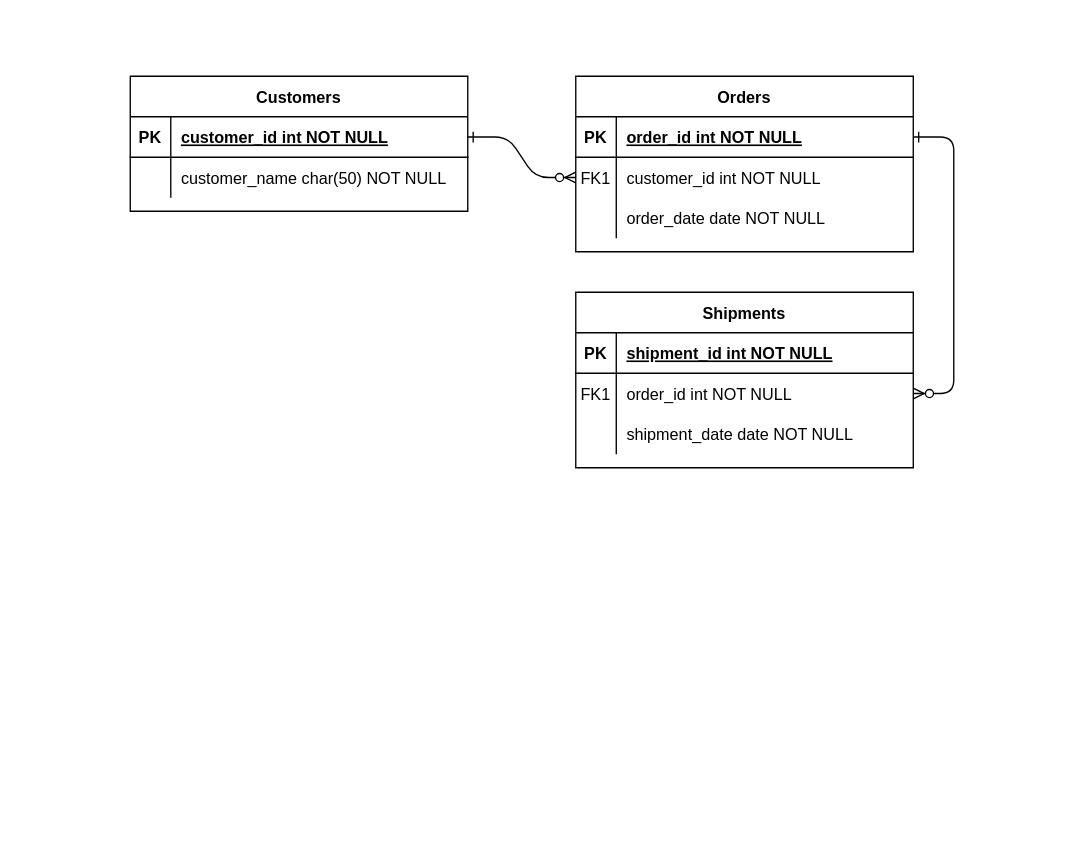
The draw.io diagram Supermercado.drawio in JonazOliveira/SQL-DIAGRAMS-ER, before the edit. Source tidied: cells renumbered, new cells numbered last; positions are measured from the earlier drawing's top-left corner, leaving out a move shared by most shapes. Both pictures are drawn from the tidied source at 135%, with x=0, y=0 at pixel (130, 76).
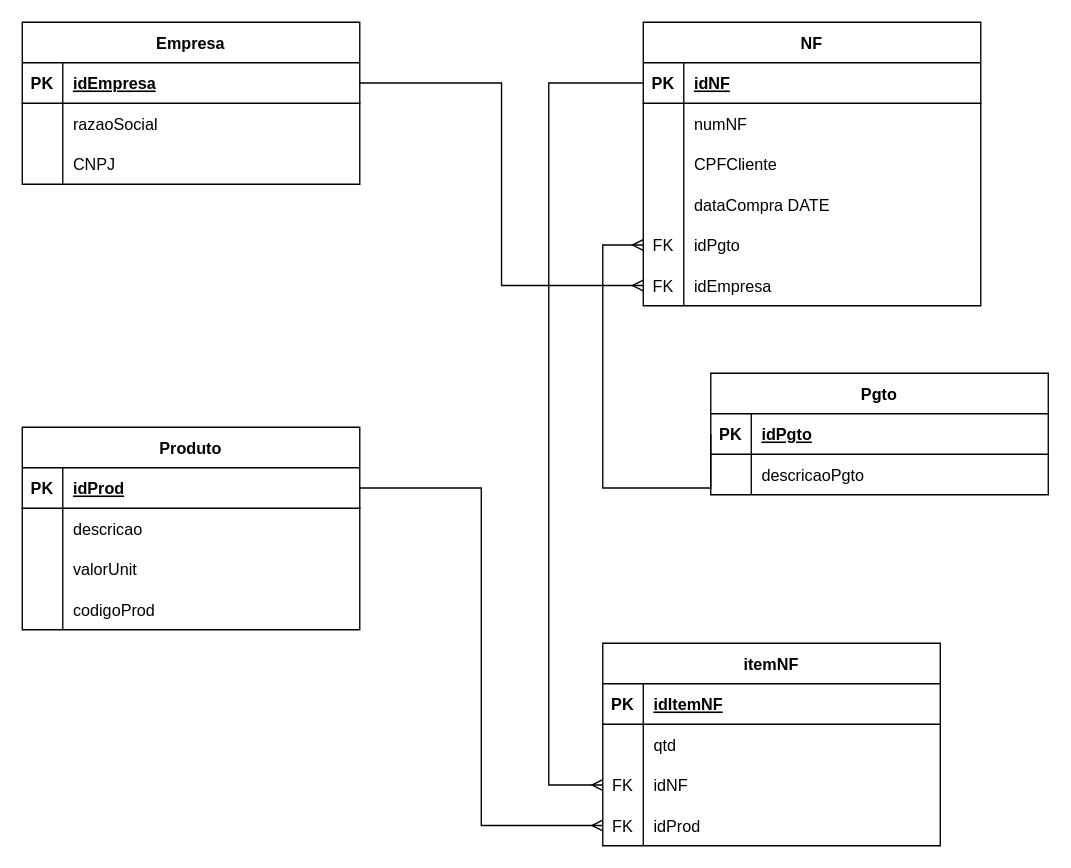
The same page after the edit.

The change refers to these unchanged cells:
```xml
<mxCell id="5" style="shape=partialRectangle;fillColor=none;points=[[0,0.5],[1,0.5]];portConstraint=eastwest;top=0;left=0;right=0;bottom=1;" parent="4" vertex="1">
  <mxGeometry y="30" width="250" height="30" as="geometry" />
</mxCell>
<mxCell id="8" style="shape=partialRectangle;fillColor=none;points=[[0,0.5],[1,0.5]];portConstraint=eastwest;top=0;left=0;right=0;bottom=0;" parent="4" vertex="1">
  <mxGeometry y="60" width="250" height="30" as="geometry" />
</mxCell>
<mxCell id="11" style="shape=partialRectangle;fillColor=none;top=0;left=0;right=0;bottom=0;" parent="4" vertex="1">
  <mxGeometry y="90" width="250" height="30" as="geometry" />
</mxCell>
<mxCell id="15" style="shape=partialRectangle;fillColor=none;points=[[0,0.5],[1,0.5]];portConstraint=eastwest;top=0;left=0;right=0;bottom=1;" parent="14" vertex="1">
  <mxGeometry y="30" width="250" height="30" as="geometry" />
</mxCell>
<mxCell id="18" style="shape=partialRectangle;fillColor=none;points=[[0,0.5],[1,0.5]];portConstraint=eastwest;top=0;left=0;right=0;bottom=0;" parent="14" vertex="1">
  <mxGeometry y="60" width="250" height="30" as="geometry" />
</mxCell>
<mxCell id="25" style="shape=partialRectangle;fillColor=none;points=[[0,0.5],[1,0.5]];portConstraint=eastwest;top=0;left=0;right=0;bottom=1;" parent="24" vertex="1">
  <mxGeometry y="30" width="250" height="30" as="geometry" />
</mxCell>
<mxCell id="28" style="shape=partialRectangle;fillColor=none;top=0;left=0;right=0;bottom=0;" parent="24" vertex="1">
  <mxGeometry y="60" width="250" height="30" as="geometry" />
</mxCell>
```

The edit, as a diff of the source:
```diff
@@
-    <mxCell id="2" style="edgeStyle=entityRelationEdgeStyle;endArrow=ERzeroToMany;startArrow=ERone;endFill=1;startFill=0;" parent="1" edge="1" source="25" target="8">
-      <mxGeometry relative="1" as="geometry" />
-    </mxCell>
-    <mxCell id="3" style="edgeStyle=entityRelationEdgeStyle;endArrow=ERzeroToMany;startArrow=ERone;endFill=1;startFill=0;" parent="1" edge="1" source="5" target="18">
-      <mxGeometry relative="1" as="geometry" />
-    </mxCell>
-    <mxCell id="4" value="Orders" style="shape=table;startSize=30;childLayout=tableLayout;rowLines=0;fontStyle=1;align=center;" parent="1" vertex="1">
-      <mxGeometry x="330" width="250" height="130" as="geometry" />
+    <mxCell id="4" value="NF" style="shape=table;startSize=30;childLayout=tableLayout;rowLines=0;fontStyle=1;align=center;" parent="1" vertex="1">
+      <mxGeometry x="380" y="-40" width="250" height="210" as="geometry" />
     </mxCell>
@@
-    <mxCell id="7" value="order_id int NOT NULL " style="shape=partialRectangle;overflow=hidden;fillColor=none;top=0;left=0;bottom=0;right=0;align=left;spacingLeft=6;fontStyle=5;" parent="5" vertex="1">
+    <mxCell id="7" value="idNF" style="shape=partialRectangle;overflow=hidden;fillColor=none;top=0;left=0;bottom=0;right=0;align=left;spacingLeft=6;fontStyle=5;" parent="5" vertex="1">
       <mxGeometry x="30" width="220" height="30" as="geometry" />
     </mxCell>
@@
-    <mxCell id="9" value="FK1" style="shape=partialRectangle;overflow=hidden;fillColor=none;top=0;left=0;bottom=0;right=0;" parent="8" vertex="1">
+    <mxCell id="9" style="shape=partialRectangle;overflow=hidden;fillColor=none;top=0;left=0;bottom=0;right=0;" parent="8" vertex="1">
       <mxGeometry width="30" height="30" as="geometry" />
     </mxCell>
-    <mxCell id="10" value="customer_id int NOT NULL" style="shape=partialRectangle;overflow=hidden;fillColor=none;top=0;left=0;bottom=0;right=0;align=left;spacingLeft=6;" parent="8" vertex="1">
+    <mxCell id="10" value="numNF" style="shape=partialRectangle;overflow=hidden;fillColor=none;top=0;left=0;bottom=0;right=0;align=left;spacingLeft=6;" parent="8" vertex="1">
       <mxGeometry x="30" width="220" height="30" as="geometry" />
     </mxCell>
@@
-    <mxCell id="13" value="order_date date NOT NULL" style="shape=partialRectangle;overflow=hidden;fillColor=none;top=0;left=0;bottom=0;right=0;align=left;spacingLeft=6;" parent="11" vertex="1">
+    <mxCell id="13" value="CPFCliente" style="shape=partialRectangle;overflow=hidden;fillColor=none;top=0;left=0;bottom=0;right=0;align=left;spacingLeft=6;" parent="11" vertex="1">
       <mxGeometry x="30" width="220" height="30" as="geometry" />
     </mxCell>
+    <mxCell id="31" style="shape=partialRectangle;fillColor=none;top=0;left=0;right=0;bottom=0;" parent="4" vertex="1">
+      <mxGeometry y="120" width="250" height="30" as="geometry" />
+    </mxCell>
+    <mxCell id="32" style="shape=partialRectangle;overflow=hidden;fillColor=none;top=0;left=0;bottom=0;right=0;" parent="31" vertex="1">
+      <mxGeometry width="30" height="30" as="geometry" />
+    </mxCell>
+    <mxCell id="33" value="dataCompra DATE" style="shape=partialRectangle;overflow=hidden;fillColor=none;top=0;left=0;bottom=0;right=0;align=left;spacingLeft=6;" parent="31" vertex="1">
+      <mxGeometry x="30" width="220" height="30" as="geometry" />
+    </mxCell>
+    <mxCell id="34" style="shape=partialRectangle;fillColor=none;points=[[0,0.5],[1,0.5]];portConstraint=eastwest;top=0;left=0;right=0;bottom=0;" parent="4" vertex="1">
+      <mxGeometry y="150" width="250" height="30" as="geometry" />
+    </mxCell>
+    <mxCell id="35" value="FK" style="shape=partialRectangle;overflow=hidden;fillColor=none;top=0;left=0;bottom=0;right=0;" parent="34" vertex="1">
+      <mxGeometry width="30" height="30" as="geometry" />
+    </mxCell>
+    <mxCell id="36" value="idPgto" style="shape=partialRectangle;overflow=hidden;fillColor=none;top=0;left=0;bottom=0;right=0;align=left;spacingLeft=6;" parent="34" vertex="1">
+      <mxGeometry x="30" width="220" height="30" as="geometry" />
+    </mxCell>
+    <mxCell id="37" style="shape=partialRectangle;fillColor=none;points=[[0,0.5],[1,0.5]];portConstraint=eastwest;top=0;left=0;right=0;bottom=0;" parent="4" vertex="1">
+      <mxGeometry y="180" width="250" height="30" as="geometry" />
+    </mxCell>
+    <mxCell id="38" value="FK" style="shape=partialRectangle;overflow=hidden;fillColor=none;top=0;left=0;bottom=0;right=0;" parent="37" vertex="1">
+      <mxGeometry width="30" height="30" as="geometry" />
+    </mxCell>
+    <mxCell id="39" value="idEmpresa" style="shape=partialRectangle;overflow=hidden;fillColor=none;top=0;left=0;bottom=0;right=0;align=left;spacingLeft=6;" parent="37" vertex="1">
+      <mxGeometry x="30" width="220" height="30" as="geometry" />
+    </mxCell>
-    <mxCell id="14" value="Shipments" style="shape=table;startSize=30;childLayout=tableLayout;rowLines=0;fontStyle=1;align=center;" parent="1" vertex="1">
-      <mxGeometry x="330" y="160" width="250" height="130" as="geometry" />
+    <mxCell id="14" value="Pgto" style="shape=table;startSize=30;childLayout=tableLayout;rowLines=0;fontStyle=1;align=center;" parent="1" vertex="1">
+      <mxGeometry x="430" y="220" width="250" height="90" as="geometry" />
     </mxCell>
@@
-    <mxCell id="17" value="shipment_id int NOT NULL " style="shape=partialRectangle;overflow=hidden;fillColor=none;top=0;left=0;bottom=0;right=0;align=left;spacingLeft=6;fontStyle=5;" parent="15" vertex="1">
+    <mxCell id="17" value="idPgto" style="shape=partialRectangle;overflow=hidden;fillColor=none;top=0;left=0;bottom=0;right=0;align=left;spacingLeft=6;fontStyle=5;" parent="15" vertex="1">
       <mxGeometry x="30" width="220" height="30" as="geometry" />
     </mxCell>
@@
-    <mxCell id="19" value="FK1" style="shape=partialRectangle;overflow=hidden;fillColor=none;top=0;left=0;bottom=0;right=0;" parent="18" vertex="1">
+    <mxCell id="19" style="shape=partialRectangle;overflow=hidden;fillColor=none;top=0;left=0;bottom=0;right=0;" parent="18" vertex="1">
       <mxGeometry width="30" height="30" as="geometry" />
     </mxCell>
-    <mxCell id="20" value="order_id int NOT NULL" style="shape=partialRectangle;overflow=hidden;fillColor=none;top=0;left=0;bottom=0;right=0;align=left;spacingLeft=6;" parent="18" vertex="1">
+    <mxCell id="20" value="descricaoPgto" style="shape=partialRectangle;overflow=hidden;fillColor=none;top=0;left=0;bottom=0;right=0;align=left;spacingLeft=6;" parent="18" vertex="1">
       <mxGeometry x="30" width="220" height="30" as="geometry" />
     </mxCell>
-    <mxCell id="21" style="shape=partialRectangle;fillColor=none;top=0;left=0;right=0;bottom=0;" parent="14" vertex="1">
-      <mxGeometry y="90" width="250" height="30" as="geometry" />
-    </mxCell>
-    <mxCell id="22" style="shape=partialRectangle;overflow=hidden;fillColor=none;top=0;left=0;bottom=0;right=0;" parent="21" vertex="1">
-      <mxGeometry width="30" height="30" as="geometry" />
-    </mxCell>
-    <mxCell id="23" value="shipment_date date NOT NULL" style="shape=partialRectangle;overflow=hidden;fillColor=none;top=0;left=0;bottom=0;right=0;align=left;spacingLeft=6;" parent="21" vertex="1">
-      <mxGeometry x="30" width="220" height="30" as="geometry" />
-    </mxCell>
-    <mxCell id="24" value="Customers" style="shape=table;startSize=30;childLayout=tableLayout;rowLines=0;fontStyle=1;align=center;" parent="1" vertex="1">
-      <mxGeometry width="250" height="100" as="geometry" />
+    <mxCell id="24" value="Empresa" style="shape=table;startSize=30;childLayout=tableLayout;rowLines=0;fontStyle=1;align=center;" parent="1" vertex="1">
+      <mxGeometry x="-80" y="-40" width="250" height="120" as="geometry" />
     </mxCell>
@@
-    <mxCell id="27" value="customer_id int NOT NULL " style="shape=partialRectangle;overflow=hidden;fillColor=none;top=0;left=0;bottom=0;right=0;align=left;spacingLeft=6;fontStyle=5;" parent="25" vertex="1">
+    <mxCell id="27" value="idEmpresa" style="shape=partialRectangle;overflow=hidden;fillColor=none;top=0;left=0;bottom=0;right=0;align=left;spacingLeft=6;fontStyle=5;" parent="25" vertex="1">
       <mxGeometry x="30" width="220" height="30" as="geometry" />
     </mxCell>
@@
-    <mxCell id="30" value="customer_name char(50) NOT NULL" style="shape=partialRectangle;overflow=hidden;fillColor=none;top=0;left=0;bottom=0;right=0;align=left;spacingLeft=6;" parent="28" vertex="1">
+    <mxCell id="30" value="razaoSocial" style="shape=partialRectangle;overflow=hidden;fillColor=none;top=0;left=0;bottom=0;right=0;align=left;spacingLeft=6;" parent="28" vertex="1">
       <mxGeometry x="30" width="220" height="30" as="geometry" />
     </mxCell>
+    <mxCell id="40" style="shape=partialRectangle;fillColor=none;top=0;left=0;right=0;bottom=0;" parent="24" vertex="1">
+      <mxGeometry y="90" width="250" height="30" as="geometry" />
+    </mxCell>
+    <mxCell id="41" style="shape=partialRectangle;overflow=hidden;fillColor=none;top=0;left=0;bottom=0;right=0;" parent="40" vertex="1">
+      <mxGeometry width="30" height="30" as="geometry" />
+    </mxCell>
+    <mxCell id="42" value="CNPJ" style="shape=partialRectangle;overflow=hidden;fillColor=none;top=0;left=0;bottom=0;right=0;align=left;spacingLeft=6;" parent="40" vertex="1">
+      <mxGeometry x="30" width="220" height="30" as="geometry" />
+    </mxCell>
+    <mxCell id="43" value="Produto" style="shape=table;startSize=30;childLayout=tableLayout;rowLines=0;fontStyle=1;align=center;" parent="1" vertex="1">
+      <mxGeometry x="-80" y="260" width="250" height="150" as="geometry" />
+    </mxCell>
+    <mxCell id="44" style="shape=partialRectangle;fillColor=none;points=[[0,0.5],[1,0.5]];portConstraint=eastwest;top=0;left=0;right=0;bottom=1;" parent="43" vertex="1">
+      <mxGeometry y="30" width="250" height="30" as="geometry" />
+    </mxCell>
+    <mxCell id="45" value="PK" style="shape=partialRectangle;overflow=hidden;fillColor=none;top=0;left=0;bottom=0;right=0;fontStyle=1;" parent="44" vertex="1">
+      <mxGeometry width="30" height="30" as="geometry" />
+    </mxCell>
+    <mxCell id="46" value="idProd" style="shape=partialRectangle;overflow=hidden;fillColor=none;top=0;left=0;bottom=0;right=0;align=left;spacingLeft=6;fontStyle=5;" parent="44" vertex="1">
+      <mxGeometry x="30" width="220" height="30" as="geometry" />
+    </mxCell>
+    <mxCell id="47" style="shape=partialRectangle;fillColor=none;top=0;left=0;right=0;bottom=0;" parent="43" vertex="1">
+      <mxGeometry y="60" width="250" height="30" as="geometry" />
+    </mxCell>
+    <mxCell id="48" style="shape=partialRectangle;overflow=hidden;fillColor=none;top=0;left=0;bottom=0;right=0;" parent="47" vertex="1">
+      <mxGeometry width="30" height="30" as="geometry" />
+    </mxCell>
+    <mxCell id="49" value="descricao" style="shape=partialRectangle;overflow=hidden;fillColor=none;top=0;left=0;bottom=0;right=0;align=left;spacingLeft=6;" parent="47" vertex="1">
+      <mxGeometry x="30" width="220" height="30" as="geometry" />
+    </mxCell>
+    <mxCell id="50" style="shape=partialRectangle;fillColor=none;top=0;left=0;right=0;bottom=0;" parent="43" vertex="1">
+      <mxGeometry y="90" width="250" height="30" as="geometry" />
+    </mxCell>
+    <mxCell id="51" style="shape=partialRectangle;overflow=hidden;fillColor=none;top=0;left=0;bottom=0;right=0;" parent="50" vertex="1">
+      <mxGeometry width="30" height="30" as="geometry" />
+    </mxCell>
+    <mxCell id="52" value="valorUnit" style="shape=partialRectangle;overflow=hidden;fillColor=none;top=0;left=0;bottom=0;right=0;align=left;spacingLeft=6;" parent="50" vertex="1">
+      <mxGeometry x="30" width="220" height="30" as="geometry" />
+    </mxCell>
+    <mxCell id="53" style="shape=partialRectangle;fillColor=none;top=0;left=0;right=0;bottom=0;" parent="43" vertex="1">
+      <mxGeometry y="120" width="250" height="30" as="geometry" />
+    </mxCell>
+    <mxCell id="54" style="shape=partialRectangle;overflow=hidden;fillColor=none;top=0;left=0;bottom=0;right=0;" parent="53" vertex="1">
+      <mxGeometry width="30" height="30" as="geometry" />
+    </mxCell>
+    <mxCell id="55" value="codigoProd" style="shape=partialRectangle;overflow=hidden;fillColor=none;top=0;left=0;bottom=0;right=0;align=left;spacingLeft=6;" parent="53" vertex="1">
+      <mxGeometry x="30" width="220" height="30" as="geometry" />
+    </mxCell>
+    <mxCell id="56" value="itemNF" style="shape=table;startSize=30;childLayout=tableLayout;rowLines=0;fontStyle=1;align=center;" parent="1" vertex="1">
+      <mxGeometry x="350" y="420" width="250" height="150" as="geometry" />
+    </mxCell>
+    <mxCell id="57" style="shape=partialRectangle;fillColor=none;top=0;left=0;right=0;bottom=1;" parent="56" vertex="1">
+      <mxGeometry y="30" width="250" height="30" as="geometry" />
+    </mxCell>
+    <mxCell id="58" value="PK" style="shape=partialRectangle;overflow=hidden;fillColor=none;top=0;left=0;bottom=0;right=0;fontStyle=1;" parent="57" vertex="1">
+      <mxGeometry width="30" height="30" as="geometry" />
+    </mxCell>
+    <mxCell id="59" value="idItemNF" style="shape=partialRectangle;overflow=hidden;fillColor=none;top=0;left=0;bottom=0;right=0;align=left;spacingLeft=6;fontStyle=5;" parent="57" vertex="1">
+      <mxGeometry x="30" width="220" height="30" as="geometry" />
+    </mxCell>
+    <mxCell id="60" style="shape=partialRectangle;fillColor=none;top=0;left=0;right=0;bottom=0;" parent="56" vertex="1">
+      <mxGeometry y="60" width="250" height="30" as="geometry" />
+    </mxCell>
+    <mxCell id="61" style="shape=partialRectangle;overflow=hidden;fillColor=none;top=0;left=0;bottom=0;right=0;" parent="60" vertex="1">
+      <mxGeometry width="30" height="30" as="geometry" />
+    </mxCell>
+    <mxCell id="62" value="qtd" style="shape=partialRectangle;overflow=hidden;fillColor=none;top=0;left=0;bottom=0;right=0;align=left;spacingLeft=6;" parent="60" vertex="1">
+      <mxGeometry x="30" width="220" height="30" as="geometry" />
+    </mxCell>
+    <mxCell id="63" style="shape=partialRectangle;fillColor=none;points=[[0,0.5],[1,0.5]];portConstraint=eastwest;top=0;left=0;right=0;bottom=0;" parent="56" vertex="1">
+      <mxGeometry y="90" width="250" height="30" as="geometry" />
+    </mxCell>
+    <mxCell id="64" value="FK" style="shape=partialRectangle;overflow=hidden;fillColor=none;top=0;left=0;bottom=0;right=0;" parent="63" vertex="1">
+      <mxGeometry width="30" height="30" as="geometry" />
+    </mxCell>
+    <mxCell id="65" value="idNF" style="shape=partialRectangle;overflow=hidden;fillColor=none;top=0;left=0;bottom=0;right=0;align=left;spacingLeft=6;" parent="63" vertex="1">
+      <mxGeometry x="30" width="220" height="30" as="geometry" />
+    </mxCell>
+    <mxCell id="66" style="shape=partialRectangle;fillColor=none;points=[[0,0.5],[1,0.5]];portConstraint=eastwest;top=0;left=0;right=0;bottom=0;" parent="56" vertex="1">
+      <mxGeometry y="120" width="250" height="30" as="geometry" />
+    </mxCell>
+    <mxCell id="67" value="FK" style="shape=partialRectangle;overflow=hidden;fillColor=none;top=0;left=0;bottom=0;right=0;" parent="66" vertex="1">
+      <mxGeometry width="30" height="30" as="geometry" />
+    </mxCell>
+    <mxCell id="68" value="idProd" style="shape=partialRectangle;overflow=hidden;fillColor=none;top=0;left=0;bottom=0;right=0;align=left;spacingLeft=6;" parent="66" vertex="1">
+      <mxGeometry x="30" width="220" height="30" as="geometry" />
+    </mxCell>
+    <mxCell id="69" style="edgeStyle=orthogonalEdgeStyle;rounded=0;jettySize=auto;html=1;exitX=1;exitY=0.5;exitDx=0;exitDy=0;entryX=0;entryY=0.5;entryDx=0;entryDy=0;endArrow=ERmany;endFill=0;" parent="1" edge="1" source="25" target="37">
+      <mxGeometry relative="1" as="geometry" />
+    </mxCell>
+    <mxCell id="70" style="edgeStyle=orthogonalEdgeStyle;rounded=0;jettySize=auto;html=1;exitX=0;exitY=0.5;exitDx=0;exitDy=0;entryX=0;entryY=0.5;entryDx=0;entryDy=0;endArrow=ERmany;endFill=0;" parent="1" edge="1" source="15" target="34">
+      <mxGeometry relative="1" as="geometry">
+        <Array as="points">
+          <mxPoint x="430" y="305" />
+          <mxPoint x="350" y="305" />
+          <mxPoint x="350" y="125" />
+        </Array>
+      </mxGeometry>
+    </mxCell>
+    <mxCell id="71" style="edgeStyle=orthogonalEdgeStyle;rounded=0;jettySize=auto;html=1;exitX=0;exitY=0.5;exitDx=0;exitDy=0;entryX=0;entryY=0.5;entryDx=0;entryDy=0;endArrow=ERmany;endFill=0;" parent="1" edge="1" source="5" target="63">
+      <mxGeometry relative="1" as="geometry">
+        <Array as="points">
+          <mxPoint x="310" y="5" />
+          <mxPoint x="310" y="525" />
+        </Array>
+      </mxGeometry>
+    </mxCell>
+    <mxCell id="72" style="edgeStyle=orthogonalEdgeStyle;rounded=0;jettySize=auto;html=1;exitX=1;exitY=0.5;exitDx=0;exitDy=0;entryX=0;entryY=0.5;entryDx=0;entryDy=0;endArrow=ERmany;endFill=0;" parent="1" edge="1" source="44" target="66">
+      <mxGeometry relative="1" as="geometry" />
+    </mxCell>
```
